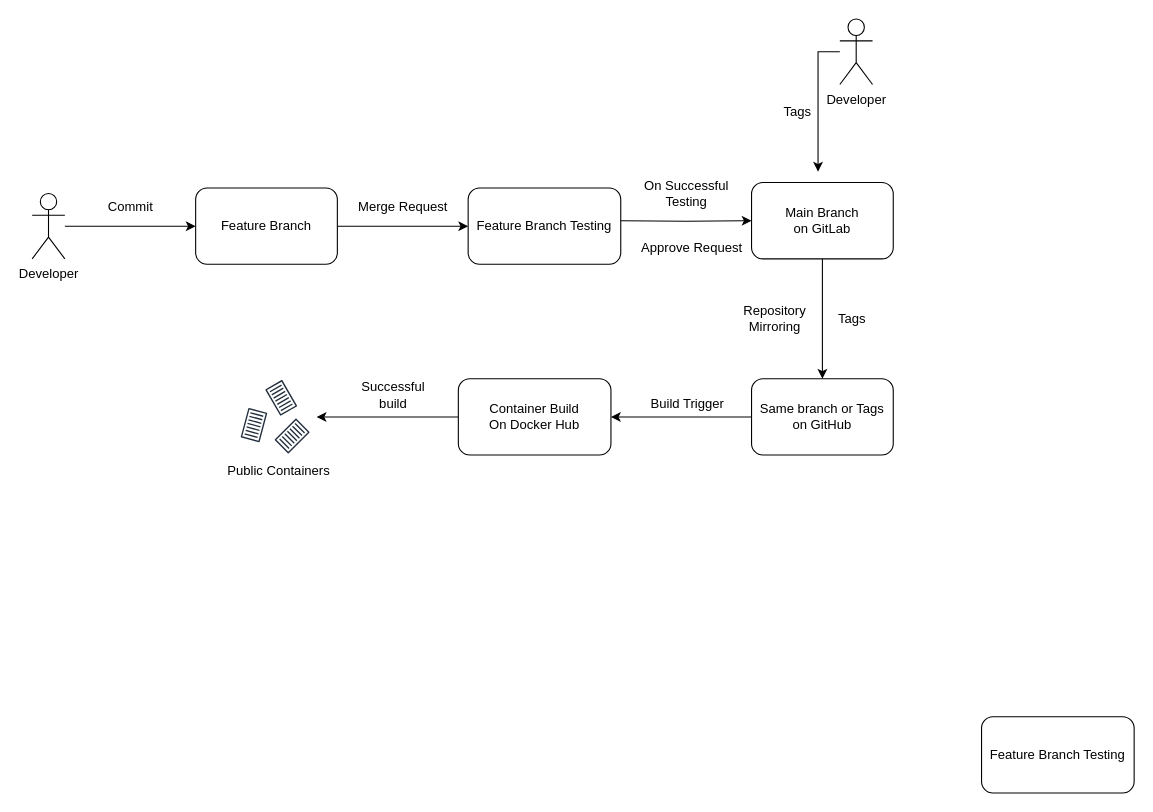
Eebru-gzy/Draw.io-repo keeps this draw.io diagram as Untitled Diagram.drawio. Above is the earlier version. Source tidied: cells renumbered, new cells numbered last; positions are measured from the earlier drawing's top-left corner, leaving out a move shared by most shapes. Both pictures are drawn from the tidied source at 109%, with x=0, y=0 at pixel (32, 19).
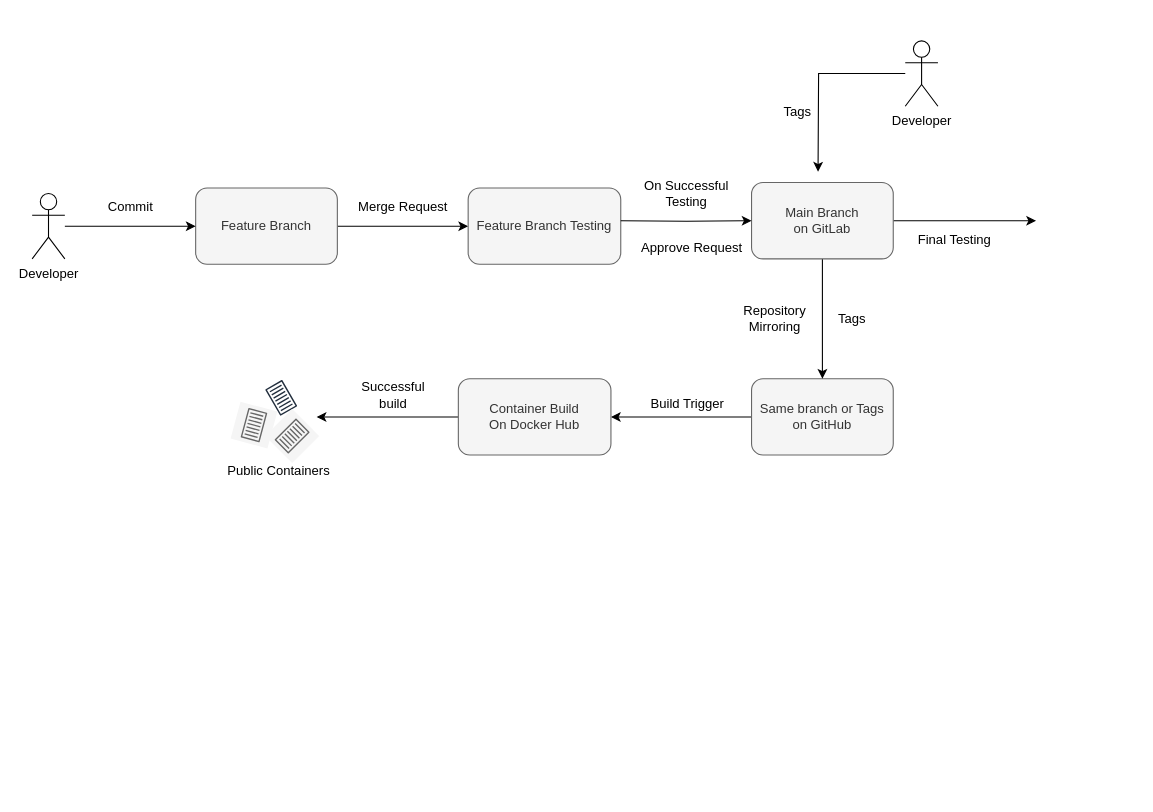
After the change.

The edit, as a diff of the source:
```diff
@@
-    <mxCell id="3" value="Feature Branch" style="rounded=1;whiteSpace=wrap;html=1;fontSize=12;glass=0;strokeWidth=1;shadow=0;" parent="1" vertex="1">
+    <mxCell id="3" value="Feature Branch" style="rounded=1;whiteSpace=wrap;html=1;fontSize=12;glass=0;strokeWidth=1;shadow=0;fillColor=#f5f5f5;fontColor=#333333;strokeColor=#666666;" parent="1" vertex="1">
       <mxGeometry x="150" y="155" width="130" height="70" as="geometry" />
     </mxCell>
-    <mxCell id="4" value="Feature Branch Testing" style="rounded=1;whiteSpace=wrap;html=1;fontSize=12;glass=0;strokeWidth=1;shadow=0;" parent="1" vertex="1">
+    <mxCell id="4" value="Feature Branch Testing" style="rounded=1;whiteSpace=wrap;html=1;fontSize=12;glass=0;strokeWidth=1;shadow=0;fillColor=#f5f5f5;fontColor=#333333;strokeColor=#666666;" parent="1" vertex="1">
       <mxGeometry x="400" y="155" width="140" height="70" as="geometry" />
     </mxCell>
@@
-    <mxCell id="10" value="Same branch or Tags&lt;br&gt;on GitHub" style="rounded=1;whiteSpace=wrap;html=1;fontSize=12;glass=0;strokeWidth=1;shadow=0;" parent="1" vertex="1">
+    <mxCell id="10" value="Same branch or Tags&lt;br&gt;on GitHub" style="rounded=1;whiteSpace=wrap;html=1;fontSize=12;glass=0;strokeWidth=1;shadow=0;fillColor=#f5f5f5;fontColor=#333333;strokeColor=#666666;" parent="1" vertex="1">
       <mxGeometry x="660" y="330" width="130" height="70" as="geometry" />
     </mxCell>
-    <mxCell id="11" value="Feature Branch Testing" style="rounded=1;whiteSpace=wrap;html=1;fontSize=12;glass=0;strokeWidth=1;shadow=0;" parent="1" vertex="1">
-      <mxGeometry x="871" y="640" width="140" height="70" as="geometry" />
-    </mxCell>
@@
+    <mxCell id="30" style="edgeStyle=orthogonalEdgeStyle;rounded=0;jettySize=auto;html=1;" parent="1" edge="1" source="14">
+      <mxGeometry relative="1" as="geometry">
+        <mxPoint x="921" y="185" as="targetPoint" />
+      </mxGeometry>
+    </mxCell>
-    <mxCell id="14" value="Main Branch&lt;br style=&quot;border-color: var(--border-color);&quot;&gt;on GitLab" style="rounded=1;whiteSpace=wrap;html=1;fontSize=12;glass=0;strokeWidth=1;shadow=0;" parent="1" vertex="1">
+    <mxCell id="14" value="Main Branch&lt;br style=&quot;border-color: var(--border-color);&quot;&gt;on GitLab" style="rounded=1;whiteSpace=wrap;html=1;fontSize=12;glass=0;strokeWidth=1;shadow=0;fillColor=#f5f5f5;fontColor=#333333;strokeColor=#666666;" parent="1" vertex="1">
       <mxGeometry x="660" y="150" width="130" height="70" as="geometry" />
     </mxCell>
@@
-    <mxCell id="16" value="Container Build &lt;br&gt;On Docker Hub" style="rounded=1;whiteSpace=wrap;html=1;fontSize=12;glass=0;strokeWidth=1;shadow=0;" parent="1" vertex="1">
+    <mxCell id="16" value="Container Build &lt;br&gt;On Docker Hub" style="rounded=1;whiteSpace=wrap;html=1;fontSize=12;glass=0;strokeWidth=1;shadow=0;fillColor=#f5f5f5;fontColor=#333333;strokeColor=#666666;" parent="1" vertex="1">
       <mxGeometry x="391" y="330" width="140" height="70" as="geometry" />
     </mxCell>
@@
     <mxCell id="22" value="Developer" style="shape=umlActor;verticalLabelPosition=bottom;verticalAlign=top;html=1;outlineConnect=0;" parent="1" vertex="1">
-      <mxGeometry x="741" width="30" height="60" as="geometry" />
+      <mxGeometry x="801" y="20" width="30" height="60" as="geometry" />
     </mxCell>
@@
-    <mxCell id="26" style="sketch=0;fontColor=#232F3E;gradientColor=none;strokeColor=#232F3E;fillColor=#ffffff;dashed=0;verticalLabelPosition=bottom;verticalAlign=top;align=center;html=1;fontSize=12;fontStyle=0;shape=mxgraph.aws4.resourceIcon;resIcon=mxgraph.aws4.container_1;direction=west;rotation=135;" parent="1" vertex="1">
+    <mxCell id="26" style="sketch=0;fontColor=#333333;strokeColor=#666666;fillColor=#f5f5f5;dashed=0;verticalLabelPosition=bottom;verticalAlign=top;align=center;html=1;fontSize=12;fontStyle=0;shape=mxgraph.aws4.resourceIcon;resIcon=mxgraph.aws4.container_1;direction=west;rotation=135;" parent="1" vertex="1">
       <mxGeometry x="221" y="365" width="35" height="35" as="geometry" />
     </mxCell>
-    <mxCell id="27" style="sketch=0;fontColor=#232F3E;gradientColor=none;strokeColor=#232F3E;fillColor=#ffffff;dashed=0;verticalLabelPosition=bottom;verticalAlign=top;align=center;html=1;fontSize=12;fontStyle=0;shape=mxgraph.aws4.resourceIcon;resIcon=mxgraph.aws4.container_1;direction=south;rotation=15;" parent="1" vertex="1">
+    <mxCell id="27" style="sketch=0;fontColor=#333333;strokeColor=#666666;fillColor=#f5f5f5;dashed=0;verticalLabelPosition=bottom;verticalAlign=top;align=center;html=1;fontSize=12;fontStyle=0;shape=mxgraph.aws4.resourceIcon;resIcon=mxgraph.aws4.container_1;direction=south;rotation=15;" parent="1" vertex="1">
       <mxGeometry x="186" y="355" width="35" height="35" as="geometry" />
     </mxCell>
@@
+    <mxCell id="31" value="Final Testing" style="text;html=1;align=center;verticalAlign=middle;strokeColor=none;fillColor=none;" parent="1" vertex="1">
+      <mxGeometry x="801" y="188" width="90" height="30" as="geometry" />
+    </mxCell>
```
